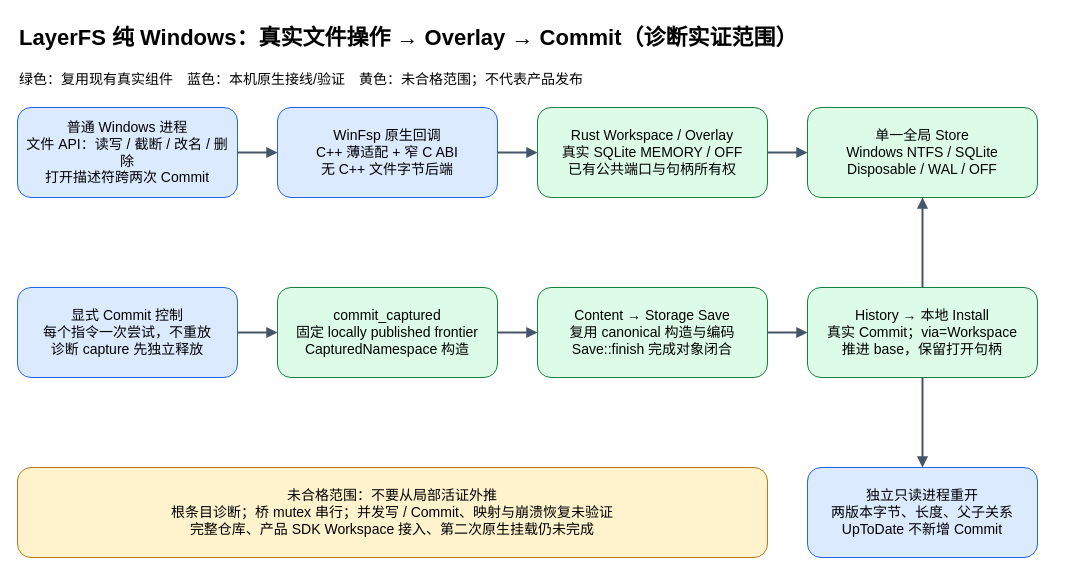
NelsonLongxiang/layerfs keeps this draw.io diagram as core/docs/issues/352/WINDOWS-NATIVE-ARCHITECTURE.drawio. Above is the earlier version. Source tidied: cells renumbered, new cells numbered last; positions are measured from the earlier drawing's top-left corner, leaving out a move shared by most shapes. Both pictures are drawn from the tidied source at 100%, with x=0, y=0 at pixel (17, 17).
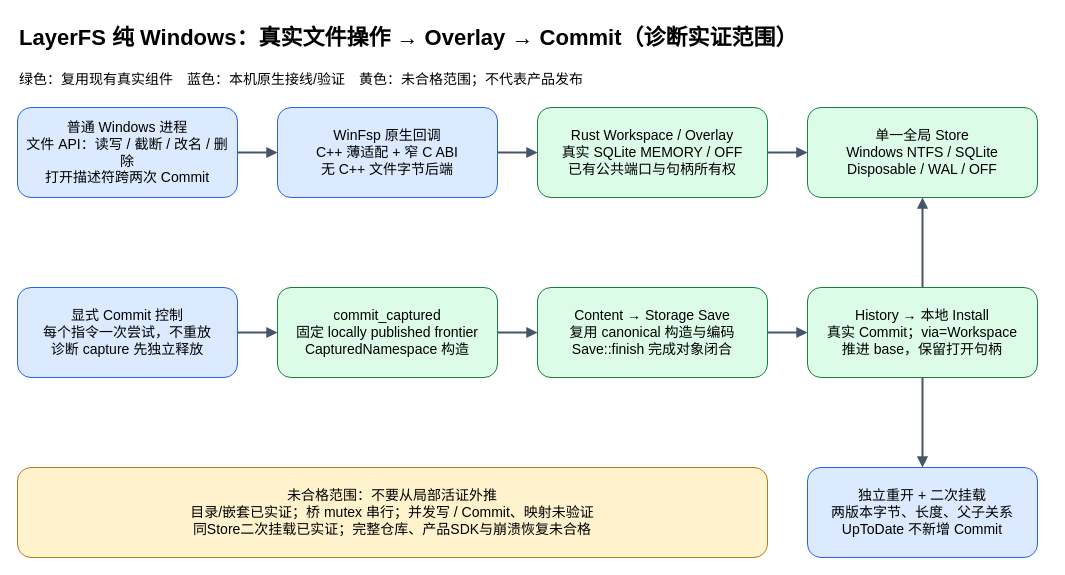
Above is the later version.

Commit message (it also covers changes not shown here):
feat(probe): support nested Windows paths and remount committed Store

Change to the diagram source:
```diff
@@
-    <mxCell id="12" value="独立只读进程重开&#10;两版本字节、长度、父子关系&#10;UpToDate 不新增 Commit" style="rounded=1;whiteSpace=wrap;html=0;fillColor=#dbeafe;strokeColor=#2563eb;fontSize=14;spacing=10;" parent="1" vertex="1">
+    <mxCell id="12" value="独立重开 + 二次挂载&#10;两版本字节、长度、父子关系&#10;UpToDate 不新增 Commit" style="rounded=1;whiteSpace=wrap;html=0;fillColor=#dbeafe;strokeColor=#2563eb;fontSize=14;spacing=10;" parent="1" vertex="1">
       <mxGeometry x="790" y="450" width="230" height="90" as="geometry" />
     </mxCell>
-    <mxCell id="13" value="未合格范围：不要从局部活证外推&#10;根条目诊断；桥 mutex 串行；并发写 / Commit、映射与崩溃恢复未验证&#10;完整仓库、产品 SDK Workspace 接入、第二次原生挂载仍未完成" style="rounded=1;whiteSpace=wrap;html=0;fillColor=#fff3cd;strokeColor=#b7791f;fontSize=14;spacing=10;" parent="1" vertex="1">
+    <mxCell id="13" value="未合格范围：不要从局部活证外推&#10;目录/嵌套已实证；桥 mutex 串行；并发写 / Commit、映射未验证&#10;同Store二次挂载已实证；完整仓库、产品SDK与崩溃恢复未合格" style="rounded=1;whiteSpace=wrap;html=0;fillColor=#fff3cd;strokeColor=#b7791f;fontSize=14;spacing=10;" parent="1" vertex="1">
       <mxGeometry y="450" width="750" height="90" as="geometry" />
     </mxCell>
```
